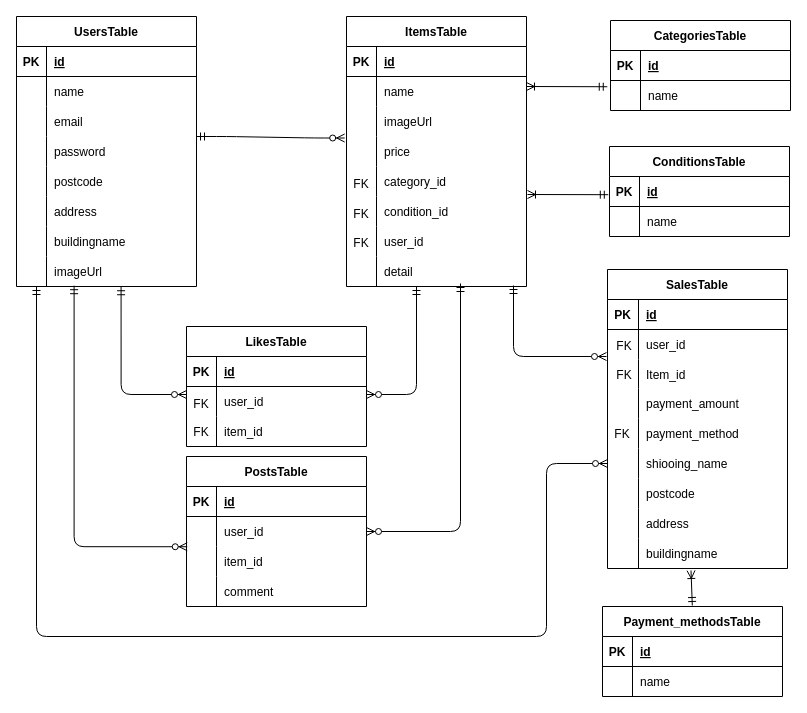
Earlier version of the draw.io diagram ER.dio (piroshi1989/flea-market). Source tidied: cells renumbered, new cells numbered last; positions are measured from the earlier drawing's top-left corner, leaving out a move shared by most shapes. Both pictures are drawn from the tidied source at 100%, with x=0, y=0 at pixel (16, 16).
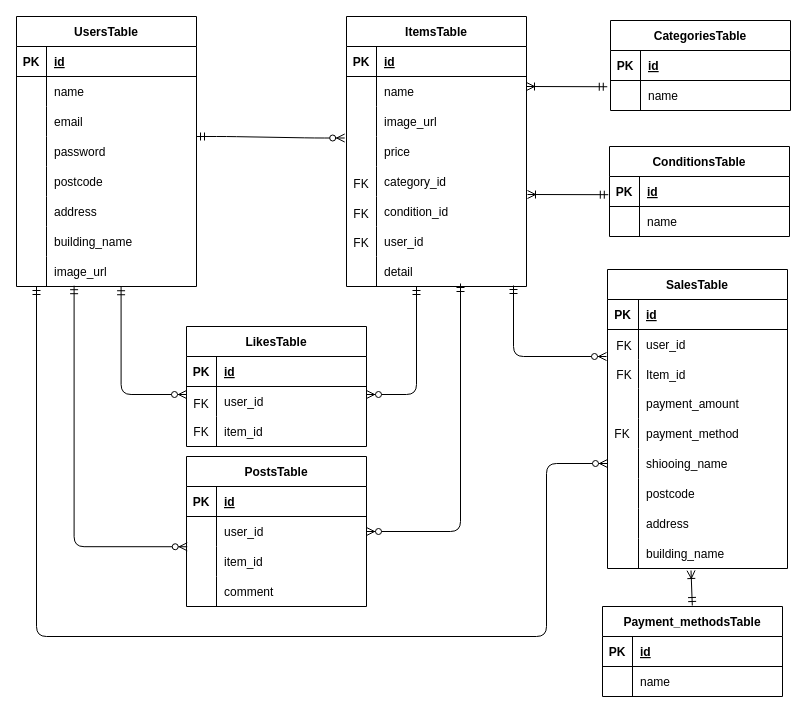
The same page after the edit.

Unchanged cells that the change refers to:
```xml
<mxCell id="21" style="shape=tableRow;horizontal=0;startSize=0;swimlaneHead=0;swimlaneBody=0;fillColor=none;top=0;left=0;right=0;bottom=0;" parent="2" vertex="1">
  <mxGeometry y="210" width="180" height="30" as="geometry" />
</mxCell>
<mxCell id="24" style="shape=tableRow;horizontal=0;startSize=0;swimlaneHead=0;swimlaneBody=0;fillColor=none;points=[[0,0.5],[1,0.5]];portConstraint=eastwest;top=0;left=0;right=0;bottom=0;" parent="2" vertex="1">
  <mxGeometry y="240" width="180" height="30" as="geometry" />
</mxCell>
<mxCell id="80" style="shape=tableRow;horizontal=0;startSize=0;swimlaneHead=0;swimlaneBody=0;fillColor=none;points=[[0,0.5],[1,0.5]];portConstraint=eastwest;top=0;left=0;right=0;bottom=0;" parent="55" vertex="1">
  <mxGeometry y="269" width="180" height="30" as="geometry" />
</mxCell>
<mxCell id="93" style="shape=tableRow;horizontal=0;startSize=0;swimlaneHead=0;swimlaneBody=0;fillColor=none;top=0;left=0;right=0;bottom=0;" parent="86" vertex="1">
  <mxGeometry y="90" width="180" height="30" as="geometry" />
</mxCell>
```

Change to the diagram source:
```diff
@@
-    <mxCell id="23" value="buildingname" style="shape=partialRectangle;fillColor=none;top=0;left=0;bottom=0;right=0;align=left;spacingLeft=6;overflow=hidden;" parent="21" vertex="1">
+    <mxCell id="23" value="building_name" style="shape=partialRectangle;fillColor=none;top=0;left=0;bottom=0;right=0;align=left;spacingLeft=6;overflow=hidden;" parent="21" vertex="1">
       <mxGeometry x="30" width="150" height="30" as="geometry" />
     </mxCell>
@@
-    <mxCell id="26" value="imageUrl" style="shape=partialRectangle;fillColor=none;top=0;left=0;bottom=0;right=0;align=left;spacingLeft=6;overflow=hidden;" parent="24" vertex="1">
+    <mxCell id="26" value="image_url" style="shape=partialRectangle;fillColor=none;top=0;left=0;bottom=0;right=0;align=left;spacingLeft=6;overflow=hidden;" parent="24" vertex="1">
       <mxGeometry x="30" width="150" height="30" as="geometry" />
     </mxCell>
@@
-    <mxCell id="82" value="buildingname" style="shape=partialRectangle;fillColor=none;top=0;left=0;bottom=0;right=0;align=left;spacingLeft=6;overflow=hidden;" parent="80" vertex="1">
+    <mxCell id="82" value="building_name" style="shape=partialRectangle;fillColor=none;top=0;left=0;bottom=0;right=0;align=left;spacingLeft=6;overflow=hidden;" parent="80" vertex="1">
       <mxGeometry x="31" width="149" height="30" as="geometry" />
     </mxCell>
@@
-    <mxCell id="95" value="imageUrl" style="shape=partialRectangle;fillColor=none;top=0;left=0;bottom=0;right=0;align=left;spacingLeft=6;overflow=hidden;" parent="93" vertex="1">
+    <mxCell id="95" value="image_url" style="shape=partialRectangle;fillColor=none;top=0;left=0;bottom=0;right=0;align=left;spacingLeft=6;overflow=hidden;" parent="93" vertex="1">
       <mxGeometry x="30" width="150" height="30" as="geometry" />
     </mxCell>
```
